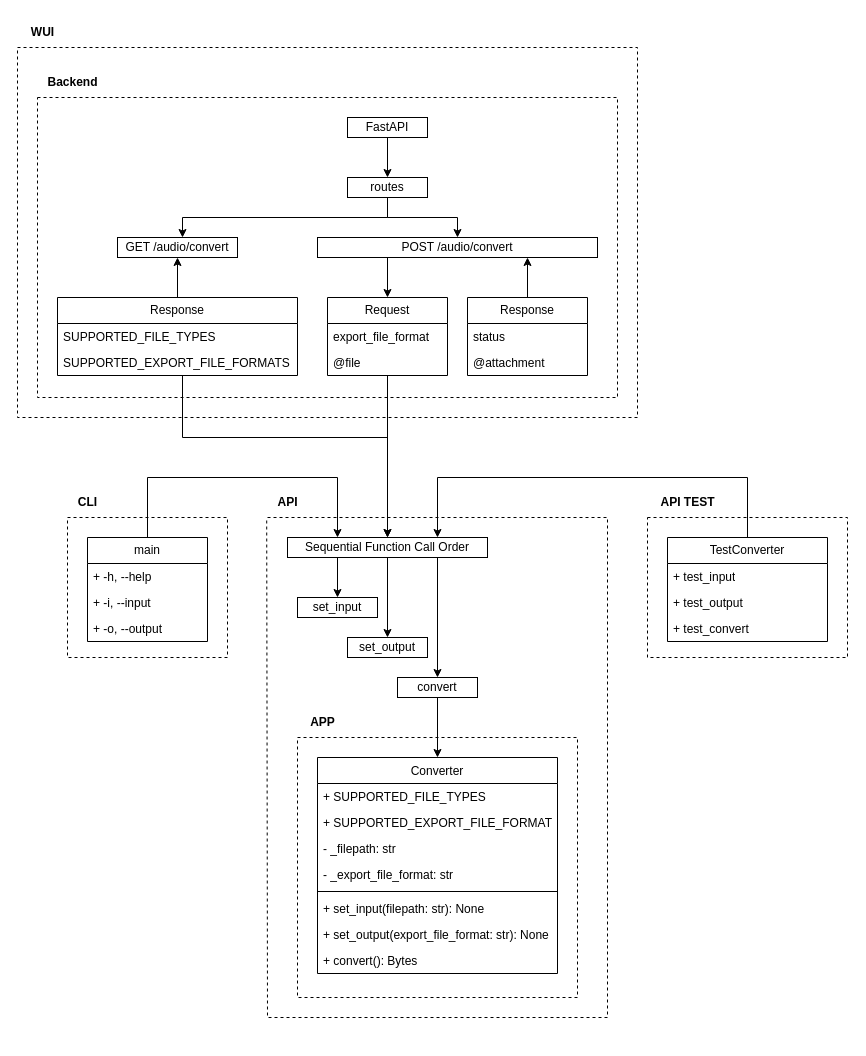
The draw.io diagram page "WUI" (5 of 5) of _readme/Diagram.drawio in ames0k0/TP--Audio-File-Converter, before the edit. Source tidied: cells renumbered, new cells numbered last; positions are measured from the earlier drawing's top-left corner, leaving out a move shared by most shapes. Both pictures are drawn from the tidied source at 100%, with x=0, y=0 at pixel (17, 17).
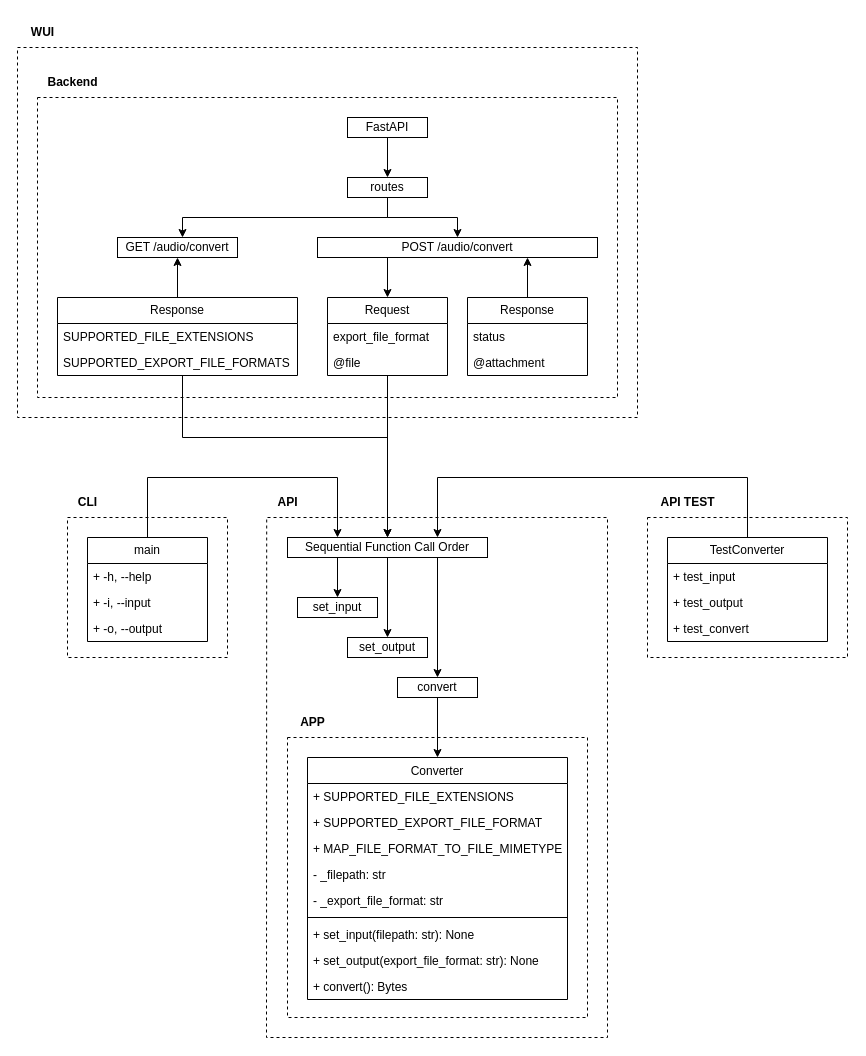
The same page after the edit.

The change refers to these unchanged cells:
```xml
<mxCell id="5" value="&lt;b&gt;API&lt;/b&gt;" style="text;html=1;align=center;verticalAlign=middle;points=[];strokeColor=none;fillColor=none;" parent="1" vertex="1">
  <mxGeometry x="250" y="470" width="40" height="30" as="geometry" />
</mxCell>
<mxCell id="59" value="Response" style="swimlane;fontStyle=0;horizontal=1;startSize=26;fillColor=none;whiteSpace=wrap;html=1;" parent="1" vertex="1">
  <mxGeometry x="40" y="280" width="240" height="78" as="geometry" />
</mxCell>
```

Diff of the diagram source:
```diff
@@
     <mxCell id="4" style="endArrow=none;dashed=1;html=1;rounded=0;entryX=-0.02;entryY=1.013;entryDx=0;entryDy=0;entryPerimeter=0;" parent="1" edge="1" target="5">
       <mxGeometry relative="1" as="geometry">
         <mxPoint x="250" y="500" as="sourcePoint" />
         <Array as="points">
           <mxPoint x="590" y="500" />
           <mxPoint x="590" y="820" />
-          <mxPoint x="590" y="1000" />
-          <mxPoint x="530" y="1000" />
-          <mxPoint x="250" y="1000" />
+          <mxPoint x="590" y="1020" />
+          <mxPoint x="410" y="1020" />
+          <mxPoint x="249" y="1020" />
         </Array>
       </mxGeometry>
     </mxCell>
@@
     <mxCell id="13" style="endArrow=none;dashed=1;html=1;rounded=0;" parent="1" edge="1">
       <mxGeometry relative="1" as="geometry">
-        <mxPoint x="280" y="720" as="sourcePoint" />
-        <mxPoint x="280" y="720" as="targetPoint" />
+        <mxPoint x="270" y="720" as="sourcePoint" />
+        <mxPoint x="270" y="720" as="targetPoint" />
         <Array as="points">
-          <mxPoint x="420" y="720" />
-          <mxPoint x="560" y="720" />
-          <mxPoint x="560" y="980" />
-          <mxPoint x="280" y="980" />
+          <mxPoint x="430" y="720" />
+          <mxPoint x="570" y="720" />
+          <mxPoint x="570" y="1000" />
+          <mxPoint x="270" y="1000" />
         </Array>
       </mxGeometry>
     </mxCell>
     <mxCell id="14" value="&lt;b&gt;APP&lt;/b&gt;" style="text;html=1;align=center;verticalAlign=middle;strokeColor=none;fillColor=none;" parent="1" vertex="1">
-      <mxGeometry x="280" y="690" width="50" height="30" as="geometry" />
+      <mxGeometry x="270" y="690" width="50" height="30" as="geometry" />
     </mxCell>
     <mxCell id="15" value="&lt;span style=&quot;font-weight: normal;&quot;&gt;Converter&lt;/span&gt;" style="swimlane;fontStyle=1;align=center;verticalAlign=top;horizontal=1;startSize=26;whiteSpace=wrap;html=1;" parent="1" vertex="1">
-      <mxGeometry x="300" y="740" width="240" height="216" as="geometry" />
+      <mxGeometry x="290" y="740" width="260" height="242" as="geometry" />
     </mxCell>
-    <mxCell id="16" value="+ SUPPORTED_FILE_TYPES" style="text;strokeColor=none;fillColor=none;align=left;verticalAlign=top;spacingLeft=4;spacingRight=4;overflow=hidden;whiteSpace=wrap;html=1;" parent="15" vertex="1">
-      <mxGeometry y="26" width="240" height="26" as="geometry" />
+    <mxCell id="16" value="+ SUPPORTED_FILE_EXTENSIONS" style="text;strokeColor=none;fillColor=none;align=left;verticalAlign=top;spacingLeft=4;spacingRight=4;overflow=hidden;whiteSpace=wrap;html=1;" parent="15" vertex="1">
+      <mxGeometry y="26" width="260" height="26" as="geometry" />
     </mxCell>
     <mxCell id="17" value="+ SUPPORTED_EXPORT_FILE_FORMAT" style="text;strokeColor=none;fillColor=none;align=left;verticalAlign=top;spacingLeft=4;spacingRight=4;overflow=hidden;whiteSpace=wrap;html=1;" parent="15" vertex="1">
-      <mxGeometry y="52" width="240" height="26" as="geometry" />
+      <mxGeometry y="52" width="260" height="26" as="geometry" />
     </mxCell>
+    <mxCell id="62" value="+ MAP_FILE_FORMAT_TO_FILE_MIMETYPE" style="text;strokeColor=none;fillColor=none;align=left;verticalAlign=top;spacingLeft=4;spacingRight=4;overflow=hidden;whiteSpace=wrap;html=1;" parent="15" vertex="1">
+      <mxGeometry y="78" width="260" height="26" as="geometry" />
+    </mxCell>
     <mxCell id="18" value="- _filepath: str" style="text;strokeColor=none;fillColor=none;align=left;verticalAlign=top;spacingLeft=4;spacingRight=4;overflow=hidden;whiteSpace=wrap;html=1;" parent="15" vertex="1">
-      <mxGeometry y="78" width="240" height="26" as="geometry" />
+      <mxGeometry y="104" width="260" height="26" as="geometry" />
     </mxCell>
     <mxCell id="19" value="- _export_file_format: str" style="text;strokeColor=none;fillColor=none;align=left;verticalAlign=top;spacingLeft=4;spacingRight=4;overflow=hidden;whiteSpace=wrap;html=1;" parent="15" vertex="1">
-      <mxGeometry y="104" width="240" height="26" as="geometry" />
+      <mxGeometry y="130" width="260" height="26" as="geometry" />
     </mxCell>
     <mxCell id="20" style="line;strokeWidth=1;fillColor=none;align=left;verticalAlign=middle;spacingTop=-1;spacingLeft=3;spacingRight=3;labelPosition=right;strokeColor=inherit;" parent="15" vertex="1">
-      <mxGeometry y="130" width="240" height="8" as="geometry" />
+      <mxGeometry y="156" width="260" height="8" as="geometry" />
     </mxCell>
     <mxCell id="21" value="+ set_input(filepath: str): None" style="text;strokeColor=none;fillColor=none;align=left;verticalAlign=top;spacingLeft=4;spacingRight=4;overflow=hidden;whiteSpace=wrap;html=1;" parent="15" vertex="1">
-      <mxGeometry y="138" width="240" height="26" as="geometry" />
+      <mxGeometry y="164" width="260" height="26" as="geometry" />
     </mxCell>
     <mxCell id="22" value="+ set_output(export_file_format: str): None" style="text;strokeColor=none;fillColor=none;align=left;verticalAlign=top;spacingLeft=4;spacingRight=4;overflow=hidden;whiteSpace=wrap;html=1;" parent="15" vertex="1">
-      <mxGeometry y="164" width="240" height="26" as="geometry" />
+      <mxGeometry y="190" width="260" height="26" as="geometry" />
     </mxCell>
     <mxCell id="23" value="+ convert(): Bytes" style="text;strokeColor=none;fillColor=none;align=left;verticalAlign=top;spacingLeft=4;spacingRight=4;overflow=hidden;whiteSpace=wrap;html=1;" parent="15" vertex="1">
-      <mxGeometry y="190" width="240" height="26" as="geometry" />
+      <mxGeometry y="216" width="260" height="26" as="geometry" />
     </mxCell>
@@
-    <mxCell id="60" value="SUPPORTED_FILE_TYPES" style="text;strokeColor=none;fillColor=none;align=left;verticalAlign=top;spacingLeft=4;spacingRight=4;overflow=hidden;whiteSpace=wrap;html=1;" parent="59" vertex="1">
+    <mxCell id="60" value="SUPPORTED_FILE_EXTENSIONS" style="text;strokeColor=none;fillColor=none;align=left;verticalAlign=top;spacingLeft=4;spacingRight=4;overflow=hidden;whiteSpace=wrap;html=1;" parent="59" vertex="1">
       <mxGeometry y="26" width="240" height="26" as="geometry" />
     </mxCell>
```
